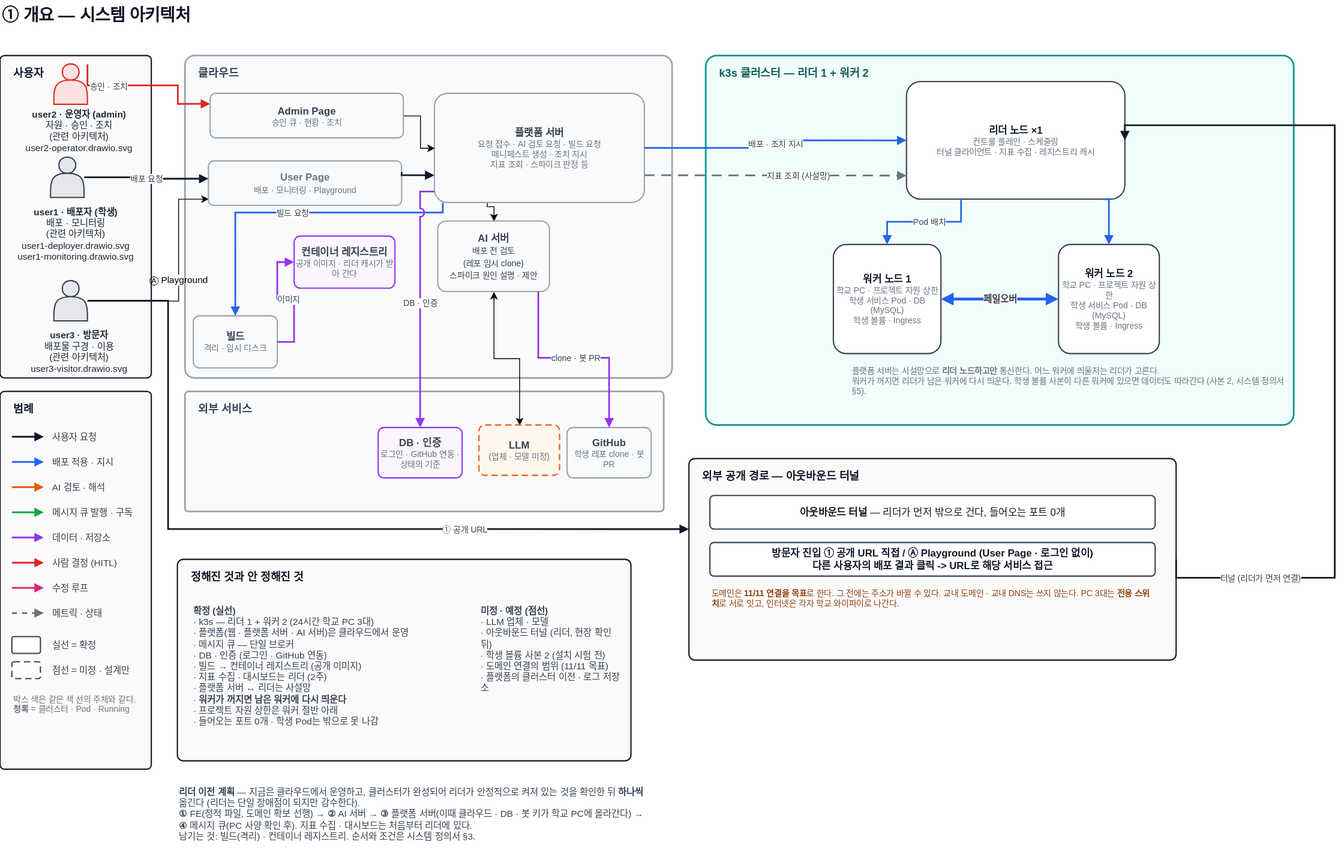
Above: docs/architecture/overview.drawio.svg in woowangthon/WOOWANGTHON_TEAM_18 (draw.io), before the change. Source tidied: cells renumbered, new cells last; positions are measured from the earlier drawing's top-left corner, leaving out a move shared by most shapes.
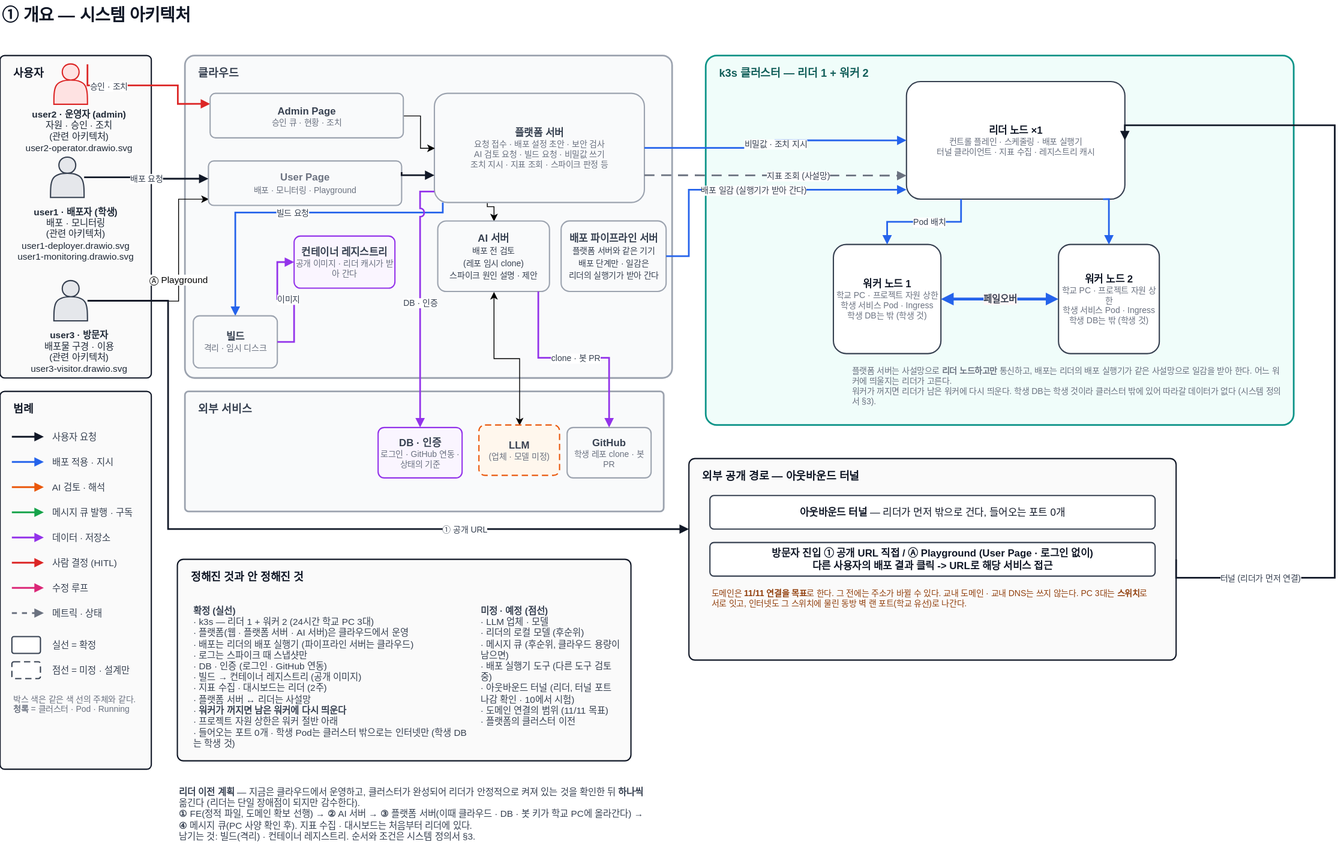
The same file after the commit.

Diff of the diagram source:
```diff
@@ -60,22 +60,22 @@
         </Array>
       </mxGeometry>
     </mxCell>
-    <mxCell id="18" value="&lt;b&gt;플랫폼 서버&lt;/b&gt;&lt;div style=&quot;font-size: 10px; color: rgb(107, 114, 128);&quot;&gt;요청 접수 · AI 검토 요청 · 빌드 요청&lt;br&gt;매니페스트 생성 · 조치 지시&lt;br&gt;지표 조회 · 스파이크 판정 등&lt;/div&gt;" style="rounded=1;arcSize=12;whiteSpace=wrap;html=1;fillColor=#F9FAFB;strokeColor=#9CA3AF;strokeWidth=1.5;fontSize=12;fontColor=#374151;fontFamily=Pretendard,Malgun Gothic,Apple SD Gothic Neo,sans-serif;" parent="1" vertex="1">
+    <mxCell id="18" value="&lt;b&gt;플랫폼 서버&lt;/b&gt;&lt;div style=&quot;font-size: 10px; color: rgb(107, 114, 128);&quot;&gt;요청 접수 · 배포 설정 초안 · 보안 검사&lt;br&gt;AI 검토 요청 · 빌드 요청 · 비밀값 쓰기&lt;br&gt;조치 지시 · 지표 조회 · 스파이크 판정 등&lt;/div&gt;" style="rounded=1;arcSize=12;whiteSpace=wrap;html=1;fillColor=#F9FAFB;strokeColor=#9CA3AF;strokeWidth=1.5;fontSize=12;fontColor=#374151;fontFamily=Pretendard,Malgun Gothic,Apple SD Gothic Neo,sans-serif;" parent="1" vertex="1">
       <mxGeometry x="517.1" y="112" width="250" height="130" as="geometry" />
     </mxCell>
     <mxCell id="19" value="k3s 클러스터 — 리더 1 + 워커 2" style="rounded=1;arcSize=3;html=1;fillColor=#F0FDFA;strokeColor=#0D9488;strokeWidth=2;verticalAlign=top;align=left;spacingLeft=14;spacingTop=6;fontSize=13;fontStyle=1;fontColor=#115E59;fontFamily=Pretendard,Malgun Gothic,Apple SD Gothic Neo,sans-serif;" parent="1" vertex="1">
       <mxGeometry x="840.1" y="67" width="700" height="440" as="geometry" />
     </mxCell>
-    <mxCell id="20" value="&lt;b&gt;리더 노드 ×1&lt;/b&gt;&lt;div style=&quot;font-size:10px;color:#6B7280&quot;&gt;컨트롤 플레인 · 스케줄링&lt;br&gt;터널 클라이언트 · 지표 수집 · 레지스트리 캐시&lt;/div&gt;" style="rounded=1;arcSize=12;whiteSpace=wrap;html=1;fillColor=#FFFFFF;strokeColor=#374151;strokeWidth=1.5;fontSize=12;fontColor=#111827;fontFamily=Pretendard,Malgun Gothic,Apple SD Gothic Neo,sans-serif;" parent="1" vertex="1">
+    <mxCell id="20" value="&lt;b&gt;리더 노드 ×1&lt;/b&gt;&lt;div style=&quot;font-size:10px;color:#6B7280&quot;&gt;컨트롤 플레인 · 스케줄링 · 배포 실행기&lt;br&gt;터널 클라이언트 · 지표 수집 · 레지스트리 캐시&lt;/div&gt;" style="rounded=1;arcSize=12;whiteSpace=wrap;html=1;fillColor=#FFFFFF;strokeColor=#374151;strokeWidth=1.5;fontSize=12;fontColor=#111827;fontFamily=Pretendard,Malgun Gothic,Apple SD Gothic Neo,sans-serif;" parent="1" vertex="1">
       <mxGeometry x="1079.1" y="98" width="260" height="140" as="geometry" />
     </mxCell>
-    <mxCell id="21" value="&lt;b&gt;워커 노드 1&lt;/b&gt;&lt;div style=&quot;font-size: 10px; color: rgb(107, 114, 128);&quot;&gt;학교 PC · 프로젝트 자원 상한&lt;br&gt;학생 서비스 Pod · DB (MySQL)&lt;br&gt;학생 볼륨 · Ingress&lt;/div&gt;" style="rounded=1;arcSize=12;whiteSpace=wrap;html=1;fillColor=#FFFFFF;strokeColor=#374151;strokeWidth=1.5;fontSize=12;fontColor=#111827;fontFamily=Pretendard,Malgun Gothic,Apple SD Gothic Neo,sans-serif;" parent="1" vertex="1">
+    <mxCell id="21" value="&lt;b&gt;워커 노드 1&lt;/b&gt;&lt;div style=&quot;font-size: 10px; color: rgb(107, 114, 128);&quot;&gt;학교 PC · 프로젝트 자원 상한&lt;br&gt;학생 서비스 Pod · Ingress&lt;br&gt;학생 DB는 밖 (학생 것)&lt;/div&gt;" style="rounded=1;arcSize=12;whiteSpace=wrap;html=1;fillColor=#FFFFFF;strokeColor=#374151;strokeWidth=1.5;fontSize=12;fontColor=#111827;fontFamily=Pretendard,Malgun Gothic,Apple SD Gothic Neo,sans-serif;" parent="1" vertex="1">
       <mxGeometry x="992.1" y="292" width="128" height="130" as="geometry" />
     </mxCell>
-    <mxCell id="22" value="&lt;b&gt;워커 노드 2&lt;/b&gt;&lt;div style=&quot;font-size: 10px; color: rgb(107, 114, 128);&quot;&gt;학교 PC · 프로젝트 자원 상한&lt;br&gt;학생 서비스 Pod · DB (MySQL)&lt;br&gt;학생 볼륨 · Ingress&lt;/div&gt;" style="rounded=1;arcSize=12;whiteSpace=wrap;html=1;fillColor=#FFFFFF;strokeColor=#374151;strokeWidth=1.5;fontSize=12;fontColor=#111827;fontFamily=Pretendard,Malgun Gothic,Apple SD Gothic Neo,sans-serif;" parent="1" vertex="1">
+    <mxCell id="22" value="&lt;b&gt;워커 노드 2&lt;/b&gt;&lt;div style=&quot;font-size: 10px; color: rgb(107, 114, 128);&quot;&gt;학교 PC · 프로젝트 자원 상한&lt;br&gt;학생 서비스 Pod · Ingress&lt;br&gt;학생 DB는 밖 (학생 것)&lt;/div&gt;" style="rounded=1;arcSize=12;whiteSpace=wrap;html=1;fillColor=#FFFFFF;strokeColor=#374151;strokeWidth=1.5;fontSize=12;fontColor=#111827;fontFamily=Pretendard,Malgun Gothic,Apple SD Gothic Neo,sans-serif;" parent="1" vertex="1">
       <mxGeometry x="1260.1" y="292" width="120" height="130" as="geometry" />
     </mxCell>
-    <mxCell id="23" value="플랫폼 서버는 사설망으로 &lt;b&gt;리더 노드하고만&lt;/b&gt; 통신한다. 어느 워커에 띄울지는 리더가 고른다.&lt;br&gt;워커가 꺼지면 리더가 남은 워커에 다시 띄운다. 학생 볼륨 사본이 다른 워커에 있으면 데이터도 따라간다 (사본 2, 시스템 정의서 §5)." style="text;html=1;align=left;verticalAlign=top;whiteSpace=wrap;fontSize=10;fontColor=#6B7280;fontFamily=Pretendard,Malgun Gothic,Apple SD Gothic Neo,sans-serif;" parent="1" vertex="1">
+    <mxCell id="23" value="플랫폼 서버는 사설망으로 &lt;b&gt;리더 노드하고만&lt;/b&gt; 통신하고, 배포는 리더의 배포 실행기가 같은 사설망으로 일감을 받아 한다. 어느 워커에 띄울지는 리더가 고른다.&lt;br&gt;워커가 꺼지면 리더가 남은 워커에 다시 띄운다. 학생 DB는 학생 것이라 클러스터 밖에 있어 따라갈 데이터가 없다 (시스템 정의서 §3)." style="text;html=1;align=left;verticalAlign=top;whiteSpace=wrap;fontSize=10;fontColor=#6B7280;fontFamily=Pretendard,Malgun Gothic,Apple SD Gothic Neo,sans-serif;" parent="1" vertex="1">
       <mxGeometry x="1012.1" y="430" width="520" height="72" as="geometry" />
     </mxCell>
     <mxCell id="24" value="외부 공개 경로 — 아웃바운드 터널" style="rounded=1;arcSize=3;html=1;fillColor=#FAFAFA;strokeColor=#111827;strokeWidth=1.5;verticalAlign=top;align=left;spacingLeft=14;spacingTop=6;fontSize=13;fontStyle=1;fontColor=#111827;fontFamily=Pretendard,Malgun Gothic,Apple SD Gothic Neo,sans-serif;" parent="1" vertex="1">
@@ -84,17 +84,17 @@
     <mxCell id="25" value="&lt;b&gt;아웃바운드 터널&lt;/b&gt; — 리더가 먼저 밖으로 건다, 들어오는 포트 0개" style="rounded=1;arcSize=12;whiteSpace=wrap;html=1;fillColor=#FFFFFF;strokeColor=#374151;strokeWidth=1.5;fontSize=12;fontColor=#111827;fontFamily=Pretendard,Malgun Gothic,Apple SD Gothic Neo,sans-serif;" parent="1" vertex="1">
       <mxGeometry x="845.1" y="591" width="530" height="40" as="geometry" />
     </mxCell>
-    <mxCell id="26" value="도메인은 &lt;b&gt;11/11 연결을 목표&lt;/b&gt;로 한다. 그 전에는 주소가 바뀔 수 있다. 교내 도메인 · 교내 DNS는 쓰지 않는다. PC 3대는 &lt;b&gt;전용 스위치&lt;/b&gt;로 서로 잇고, 인터넷은 각자 학교 와이파이로 나간다." style="text;html=1;align=left;verticalAlign=top;whiteSpace=wrap;fontSize=10;fontColor=#92400E;fontFamily=Pretendard,Malgun Gothic,Apple SD Gothic Neo,sans-serif;" parent="1" vertex="1">
+    <mxCell id="26" value="도메인은 &lt;b&gt;11/11 연결을 목표&lt;/b&gt;로 한다. 그 전에는 주소가 바뀔 수 있다. 교내 도메인 · 교내 DNS는 쓰지 않는다. PC 3대는 &lt;b&gt;스위치&lt;/b&gt;로 서로 잇고, 인터넷도 그 스위치에 물린 동방 벽 랜 포트(학교 유선)로 나간다." style="text;html=1;align=left;verticalAlign=top;whiteSpace=wrap;fontSize=10;fontColor=#92400E;fontFamily=Pretendard,Malgun Gothic,Apple SD Gothic Neo,sans-serif;" parent="1" vertex="1">
       <mxGeometry x="845.1" y="695" width="530" height="84" as="geometry" />
     </mxCell>
     <mxCell id="27" value="정해진 것과 안 정해진 것" style="rounded=1;arcSize=3;html=1;fillColor=#FAFAFA;strokeColor=#111827;strokeWidth=1.5;verticalAlign=top;align=left;spacingLeft=14;spacingTop=6;fontSize=13;fontStyle=1;fontColor=#111827;fontFamily=Pretendard,Malgun Gothic,Apple SD Gothic Neo,sans-serif;" parent="1" vertex="1">
       <mxGeometry x="211.1" y="667" width="540" height="240" as="geometry" />
     </mxCell>
-    <mxCell id="28" value="&lt;b&gt;확정 (실선)&lt;/b&gt;&lt;br&gt;· k3s — 리더 1 + 워커 2 (24시간 학교 PC 3대)&lt;br&gt;· 플랫폼(웹 · 플랫폼 서버 · AI 서버)은 클라우드에서 운영&lt;br&gt;· 메시지 큐 — 단일 브로커&lt;br&gt;· DB · 인증 (로그인 · GitHub 연동)&lt;br&gt;· 빌드 → 컨테이너 레지스트리 (공개 이미지)&lt;br&gt;· 지표 수집 · 대시보드는 리더 (2주)&lt;br&gt;· 플랫폼 서버 ↔ 리더는 사설망&lt;br&gt;· &lt;b&gt;워커가 꺼지면 남은 워커에 다시 띄운다&lt;/b&gt;&lt;br&gt;· 프로젝트 자원 상한은 워커 절반 아래&lt;br&gt;· 들어오는 포트 0개 · 학생 Pod는 밖으로 못 나감" style="text;html=1;align=left;verticalAlign=top;whiteSpace=wrap;fontSize=11;fontColor=#374151;fontFamily=Pretendard,Malgun Gothic,Apple SD Gothic Neo,sans-serif;" parent="1" vertex="1">
+    <mxCell id="28" value="&lt;b&gt;확정 (실선)&lt;/b&gt;&lt;br&gt;· k3s — 리더 1 + 워커 2 (24시간 학교 PC 3대)&lt;br&gt;· 플랫폼(웹 · 플랫폼 서버 · AI 서버)은 클라우드에서 운영&lt;br&gt;· 배포는 리더의 배포 실행기 (파이프라인 서버는 클라우드)&lt;br&gt;· 로그는 스파이크 때 스냅샷만&lt;br&gt;· DB · 인증 (로그인 · GitHub 연동)&lt;br&gt;· 빌드 → 컨테이너 레지스트리 (공개 이미지)&lt;br&gt;· 지표 수집 · 대시보드는 리더 (2주)&lt;br&gt;· 플랫폼 서버 ↔ 리더는 사설망&lt;br&gt;· &lt;b&gt;워커가 꺼지면 남은 워커에 다시 띄운다&lt;/b&gt;&lt;br&gt;· 프로젝트 자원 상한은 워커 절반 아래&lt;br&gt;· 들어오는 포트 0개 · 학생 Pod는 클러스터 밖으로는 인터넷만 (학생 DB는 학생 것)" style="text;html=1;align=left;verticalAlign=top;whiteSpace=wrap;fontSize=11;fontColor=#374151;fontFamily=Pretendard,Malgun Gothic,Apple SD Gothic Neo,sans-serif;" parent="1" vertex="1">
       <mxGeometry x="228.1" y="715" width="330" height="190" as="geometry" />
     </mxCell>
-    <mxCell id="29" value="&lt;b&gt;미정 · 예정 (점선)&lt;/b&gt;&lt;br&gt;· LLM 업체 · 모델&lt;br&gt;· 아웃바운드 터널 (리더, 현장 확인 뒤)&lt;br&gt;· 학생 볼륨 사본 2 (설치 시험 전)&lt;br&gt;· 도메인 연결의 범위 (11/11 목표)&lt;br&gt;· 플랫폼의 클러스터 이전 · 로그 저장소" style="text;html=1;align=left;verticalAlign=top;whiteSpace=wrap;fontSize=11;fontColor=#374151;fontFamily=Pretendard,Malgun Gothic,Apple SD Gothic Neo,sans-serif;" parent="1" vertex="1">
-      <mxGeometry x="570.1" y="715" width="170" height="94" as="geometry" />
+    <mxCell id="29" value="&lt;b&gt;미정 · 예정 (점선)&lt;/b&gt;&lt;br&gt;· LLM 업체 · 모델&lt;br&gt;· 리더의 로컬 모델 (후순위)&lt;br&gt;· 메시지 큐 (후순위, 클라우드 용량이 남으면)&lt;br&gt;· 배포 실행기 도구 (다른 도구 검토 중)&lt;br&gt;· 아웃바운드 터널 (리더, 터널 포트 나감 확인 · 10에서 시험)&lt;br&gt;· 도메인 연결의 범위 (11/11 목표)&lt;br&gt;· 플랫폼의 클러스터 이전" style="text;html=1;align=left;verticalAlign=top;whiteSpace=wrap;fontSize=11;fontColor=#374151;fontFamily=Pretendard,Malgun Gothic,Apple SD Gothic Neo,sans-serif;" parent="1" vertex="1">
+      <mxGeometry x="570.1" y="715" width="170" height="150" as="geometry" />
     </mxCell>
     <mxCell id="30" value="배포 요청" style="edgeStyle=orthogonalEdgeStyle;rounded=0;jettySize=auto;html=1;jumpStyle=arc;jumpSize=8;endArrow=block;endFill=1;strokeWidth=2;fontSize=10;labelBackgroundColor=#FFFFFF;fontFamily=Pretendard,Malgun Gothic,Apple SD Gothic Neo,sans-serif;fontColor=#374151;strokeColor=#111827;exitX=1;exitY=0.5;exitDx=0;exitDy=0;entryX=0;entryY=0.4;entryDx=0;entryDy=0;" parent="1" edge="1" source="6" target="13">
       <mxGeometry relative="1" as="geometry" />
@@ -114,7 +114,7 @@
         </Array>
       </mxGeometry>
     </mxCell>
-    <mxCell id="33" value="배포 · 조치 지시" style="edgeStyle=orthogonalEdgeStyle;rounded=0;jettySize=auto;html=1;jumpStyle=arc;jumpSize=8;endArrow=block;endFill=1;strokeWidth=2;fontSize=10;labelBackgroundColor=#FFFFFF;fontFamily=Pretendard,Malgun Gothic,Apple SD Gothic Neo,sans-serif;fontColor=#374151;strokeColor=#2563EB;exitX=1;exitY=0.5;exitDx=0;exitDy=0;entryX=0;entryY=0.5;entryDx=0;entryDy=0;" parent="1" edge="1" source="18" target="20">
+    <mxCell id="33" value="비밀값 · 조치 지시" style="edgeStyle=orthogonalEdgeStyle;rounded=0;jettySize=auto;html=1;jumpStyle=arc;jumpSize=8;endArrow=block;endFill=1;strokeWidth=2;fontSize=10;labelBackgroundColor=#FFFFFF;fontFamily=Pretendard,Malgun Gothic,Apple SD Gothic Neo,sans-serif;fontColor=#374151;strokeColor=#2563EB;exitX=1;exitY=0.5;exitDx=0;exitDy=0;entryX=0;entryY=0.5;entryDx=0;entryDy=0;" parent="1" edge="1" source="18" target="20">
       <mxGeometry relative="1" as="geometry" />
     </mxCell>
     <mxCell id="34" value="지표 조회 (사설망)" style="edgeStyle=orthogonalEdgeStyle;rounded=0;jettySize=auto;html=1;jumpStyle=arc;jumpSize=8;endArrow=block;endFill=1;strokeWidth=2;fontSize=10;labelBackgroundColor=#FFFFFF;fontFamily=Pretendard,Malgun Gothic,Apple SD Gothic Neo,sans-serif;fontColor=#374151;strokeColor=#6B7280;dashed=1;dashPattern=6 4;exitX=1;exitY=0.75;exitDx=0;exitDy=0;entryX=0;entryY=0.8;entryDx=0;entryDy=0;" parent="1" edge="1" source="18" target="20">
@@ -292,5 +292,16 @@
     <mxCell id="73" value="&lt;b&gt;리더 이전 계획&lt;/b&gt; — 지금은 클라우드에서 운영하고, 클러스터가 완성되어 리더가 안정적으로 켜져 있는 것을 확인한 뒤 &lt;b&gt;하나씩&lt;/b&gt; 옮긴다 (리더는 단일 장애점이 되지만 감수한다).&lt;br&gt;&lt;b&gt;①&lt;/b&gt; FE(정적 파일, 도메인 확보 선행) → &lt;b&gt;②&lt;/b&gt; AI 서버 → &lt;b&gt;③&lt;/b&gt; 플랫폼 서버(이때 클라우드 · DB · 봇 키가 학교 PC에 올라간다) → &lt;b&gt;④&lt;/b&gt; 메시지 큐(PC 사양 확인 후). 지표 수집 · 대시보드는 처음부터 리더에 있다.&lt;br&gt;남기는 것: 빌드(격리) · 컨테이너 레지스트리. 순서와 조건은 시스템 정의서 §3." style="text;html=1;align=left;verticalAlign=top;whiteSpace=wrap;fontSize=11;fontColor=#374151;fontFamily=Pretendard,Malgun Gothic,Apple SD Gothic Neo,sans-serif;" parent="1" vertex="1">
       <mxGeometry x="211.1" y="931" width="560" height="92" as="geometry" />
     </mxCell>
+    <mxCell id="74" value="&lt;b&gt;배포 파이프라인 서버&lt;/b&gt;&lt;br&gt;&lt;font style=&quot;font-size: 10px;&quot;&gt;플랫폼 서버와 같은 기기&lt;br&gt;배포 단계만 · 일감은&lt;br&gt;리더의 실행기가 받아 간다&lt;/font&gt;" style="rounded=1;arcSize=12;whiteSpace=wrap;html=1;fillColor=#F9FAFB;strokeColor=#9CA3AF;strokeWidth=1.5;fontSize=12;fontColor=#374151;fontFamily=Pretendard,Malgun Gothic,Apple SD Gothic Neo,sans-serif;" parent="1" vertex="1">
+      <mxGeometry x="668" y="264" width="125" height="84" as="geometry" />
+    </mxCell>
+    <mxCell id="75" value="배포 일감 (실행기가 받아 간다)" style="edgeStyle=orthogonalEdgeStyle;rounded=0;jettySize=auto;html=1;jumpStyle=arc;jumpSize=8;endArrow=block;endFill=1;strokeWidth=2;fontSize=10;labelBackgroundColor=#FFFFFF;fontFamily=Pretendard,Malgun Gothic,Apple SD Gothic Neo,sans-serif;fontColor=#374151;strokeColor=#2563EB;exitX=1;exitY=0.5;exitDx=0;exitDy=0;entryX=0;entryY=0.92;entryDx=0;entryDy=0;" parent="1" edge="1" source="74" target="20">
+      <mxGeometry relative="1" as="geometry">
+        <Array as="points">
+          <mxPoint x="820" y="306" />
+          <mxPoint x="820" y="227" />
+        </Array>
+      </mxGeometry>
+    </mxCell>
   </root>
 </mxGraphModel>
```
